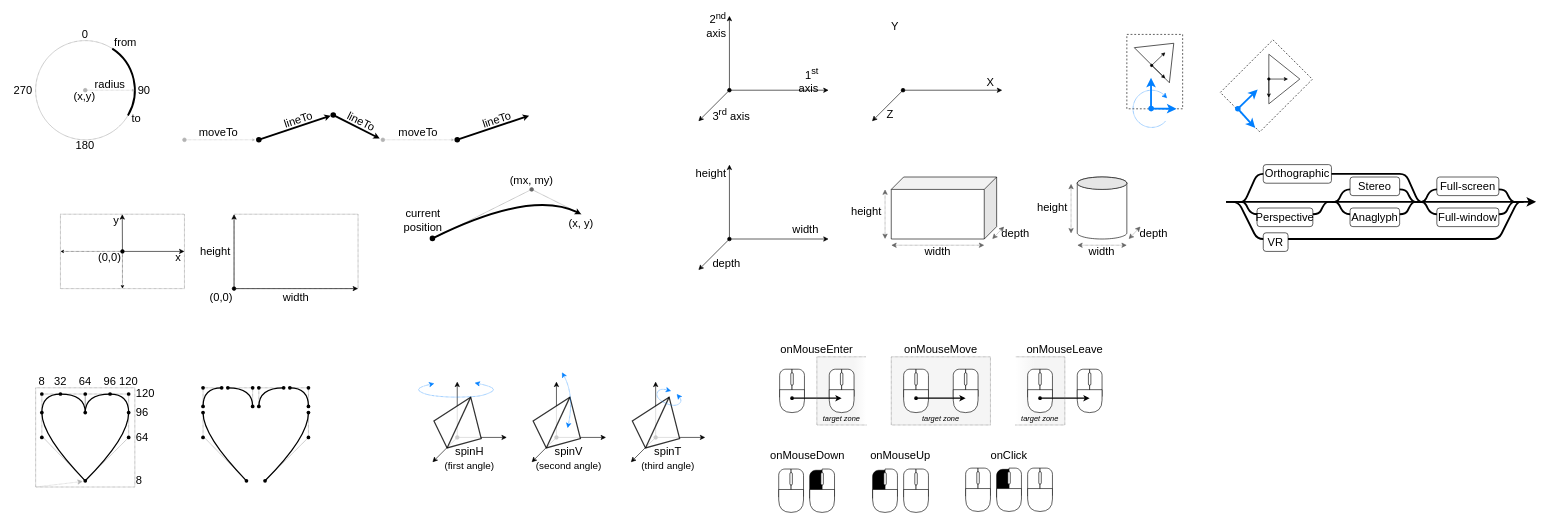
Earlier version of the draw.io diagram docs/images/images.drawio (boytchev/suica). Source tidied: cells renumbered, new cells numbered last; positions are measured from the earlier drawing's top-left corner, leaving out a move shared by most shapes. Both pictures are drawn from the tidied source at 62%, with x=0, y=0 at pixel (11, 16).
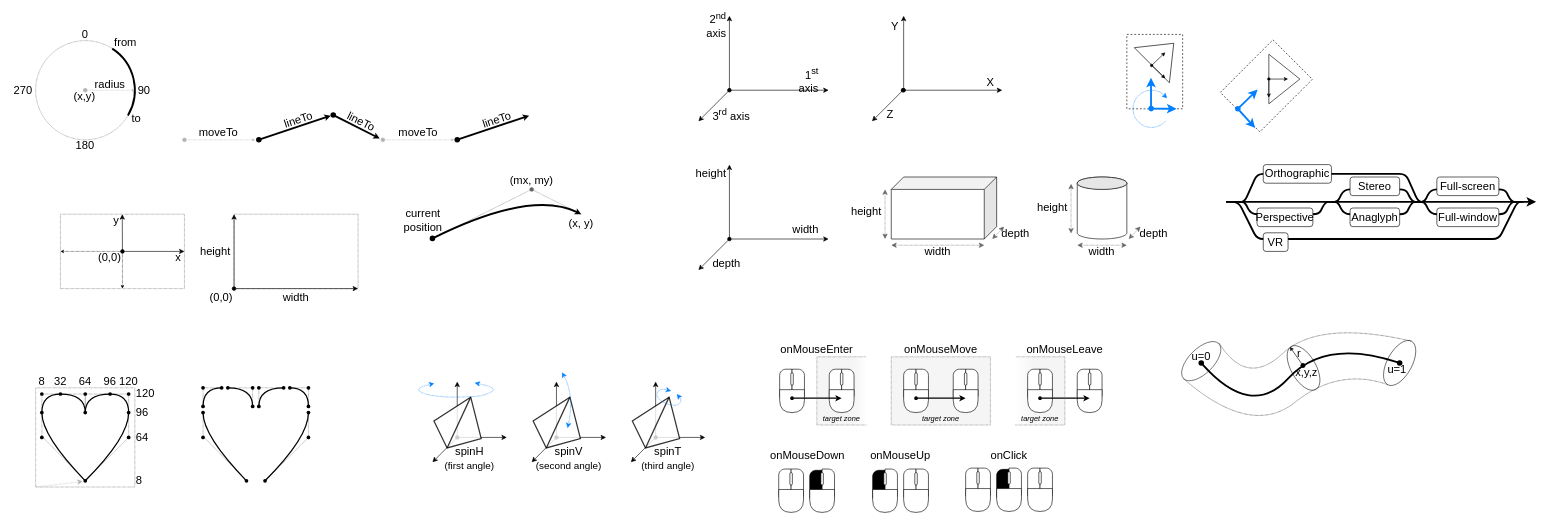
Above is the later version.

Change to the diagram source:
```diff
@@
+    <mxCell id="270" style="endArrow=oval;html=1;startArrow=oval;startFill=1;endFill=1;curved=1;strokeWidth=3;" parent="1" edge="1">
+      <mxGeometry relative="1" as="geometry">
+        <mxPoint x="1920" y="560" as="sourcePoint" />
+        <mxPoint x="2240" y="560" as="targetPoint" />
+        <Array as="points">
+          <mxPoint x="2000" y="650" />
+          <mxPoint x="2120" y="520" />
+        </Array>
+      </mxGeometry>
+    </mxCell>
+    <mxCell id="271" style="ellipse;whiteSpace=wrap;html=1;fillColor=none;opacity=80;rotation=45;" parent="1" vertex="1">
+      <mxGeometry x="1900" y="517" width="40" height="80" as="geometry" />
+    </mxCell>
+    <mxCell id="272" style="ellipse;whiteSpace=wrap;html=1;fillColor=none;opacity=80;rotation=-30;" parent="1" vertex="1">
+      <mxGeometry x="2065" y="528" width="40" height="80" as="geometry" />
+    </mxCell>
+    <mxCell id="273" style="ellipse;whiteSpace=wrap;html=1;fillColor=none;opacity=80;rotation=28.7;" parent="1" vertex="1">
+      <mxGeometry x="2220" y="520" width="40" height="80" as="geometry" />
+    </mxCell>
+    <mxCell id="274" style="endArrow=none;html=1;startArrow=none;startFill=0;endFill=0;curved=1;dashed=1;dashPattern=1 1;" parent="1" edge="1">
+      <mxGeometry relative="1" as="geometry">
+        <mxPoint x="1949" y="528" as="sourcePoint" />
+        <mxPoint x="2260" y="525" as="targetPoint" />
+        <Array as="points">
+          <mxPoint x="1993" y="599" />
+          <mxPoint x="2110" y="490" />
+        </Array>
+      </mxGeometry>
+    </mxCell>
+    <mxCell id="275" style="endArrow=none;html=1;startArrow=none;startFill=0;endFill=0;curved=1;dashed=1;dashPattern=1 1;" parent="1" edge="1">
+      <mxGeometry relative="1" as="geometry">
+        <mxPoint x="1891" y="585" as="sourcePoint" />
+        <mxPoint x="2221" y="595" as="targetPoint" />
+        <Array as="points">
+          <mxPoint x="2000" y="680" />
+          <mxPoint x="2142" y="567" />
+        </Array>
+      </mxGeometry>
+    </mxCell>
+    <mxCell id="276" style="endArrow=classic;html=1;rounded=0;startArrow=oval;startFill=1;" parent="1" edge="1">
+      <mxGeometry relative="1" as="geometry">
+        <mxPoint x="1440" y="120" as="sourcePoint" />
+        <mxPoint x="1440" as="targetPoint" />
+      </mxGeometry>
+    </mxCell>
+    <mxCell id="277" value="u=0" style="text;html=1;strokeColor=none;fillColor=none;align=center;verticalAlign=middle;whiteSpace=wrap;rounded=0;fontFamily=Calibri;fontSize=18;" parent="1" vertex="1">
+      <mxGeometry x="1900" y="540" width="40" height="20" as="geometry" />
+    </mxCell>
+    <mxCell id="278" value="u=1" style="text;html=1;strokeColor=none;fillColor=none;align=center;verticalAlign=middle;whiteSpace=wrap;rounded=0;fontFamily=Calibri;fontSize=18;" parent="1" vertex="1">
+      <mxGeometry x="2216" y="561" width="40" height="20" as="geometry" />
+    </mxCell>
+    <mxCell id="279" value="x,y,z" style="text;html=1;strokeColor=none;fillColor=none;align=center;verticalAlign=middle;whiteSpace=wrap;rounded=0;fontFamily=Calibri;fontSize=18;" parent="1" vertex="1">
+      <mxGeometry x="2070" y="566" width="40" height="20" as="geometry" />
+    </mxCell>
+    <mxCell id="280" value="r" style="text;html=1;strokeColor=none;fillColor=none;align=center;verticalAlign=middle;whiteSpace=wrap;rounded=0;fontFamily=Calibri;fontSize=18;" parent="1" vertex="1">
+      <mxGeometry x="2058" y="535" width="40" height="20" as="geometry" />
+    </mxCell>
+    <mxCell id="281" style="endArrow=classic;html=1;rounded=0;strokeWidth=1;endSize=4;startSize=7;strokeColor=#000000;startArrow=oval;startFill=1;" parent="1" edge="1">
+      <mxGeometry relative="1" as="geometry">
+        <mxPoint x="2084" y="564" as="sourcePoint" />
+        <mxPoint x="2063" y="534" as="targetPoint" />
+      </mxGeometry>
+    </mxCell>
```
